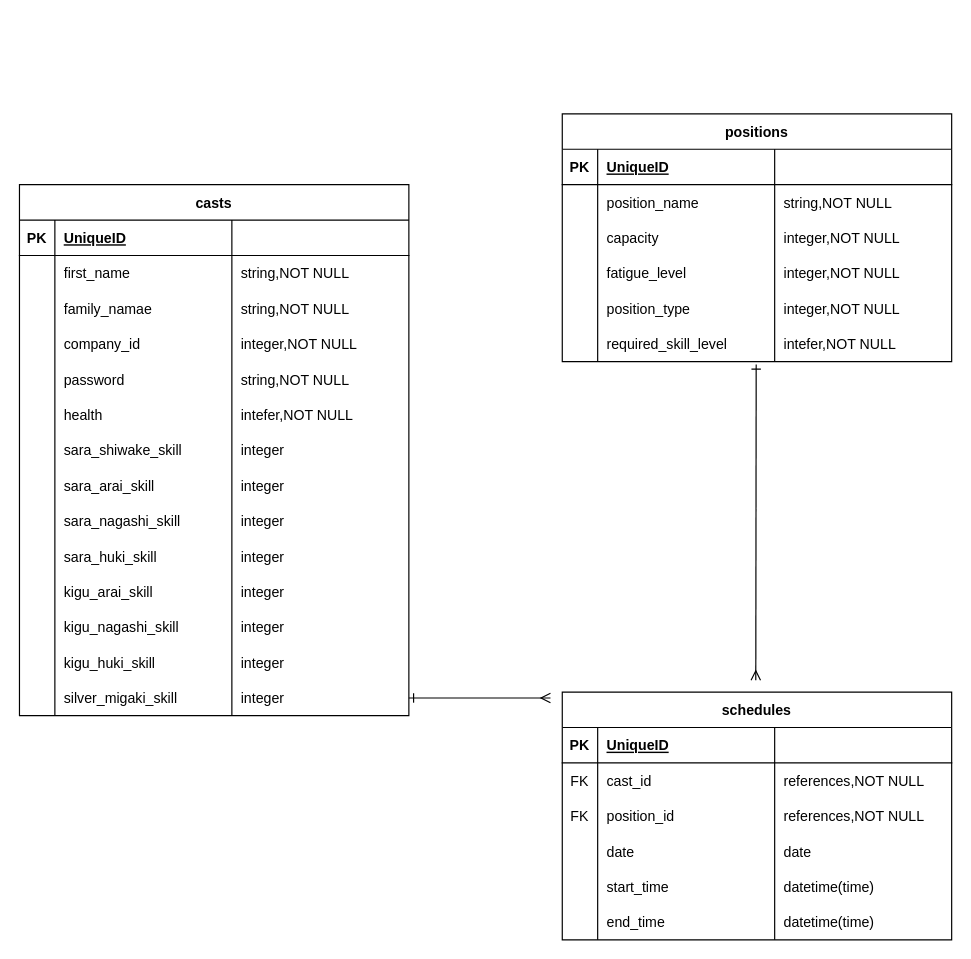
Shun-ST-TechCamp/AssignAide keeps this draw.io diagram as ER図設計.dio. Above is the earlier version. Source tidied: cells renumbered, new cells numbered last; positions are measured from the earlier drawing's top-left corner, leaving out a move shared by most shapes. Both pictures are drawn from the tidied source at 118%, with x=0, y=0 at pixel (19, 113).
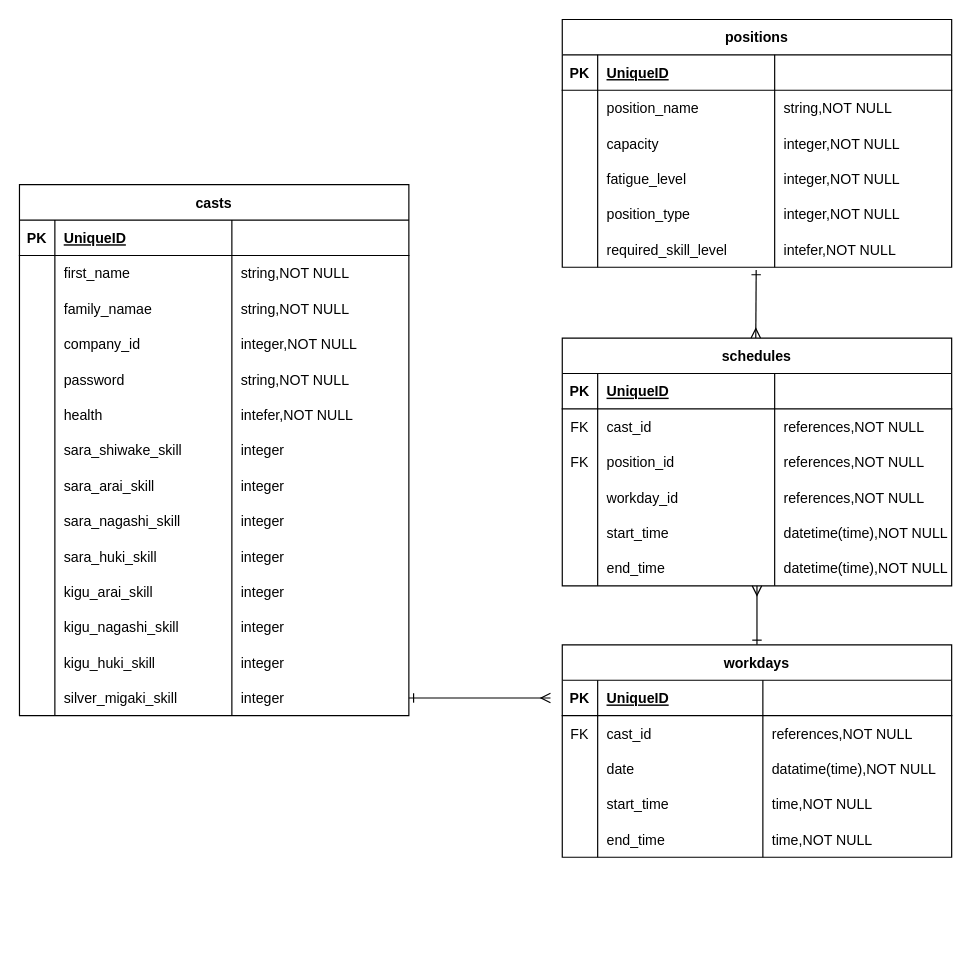
After the change.

Commit message (it also covers changes not shown here):
テーブル設計修正、ER図修正

Unchanged cells that the change refers to:
```xml
<mxCell id="80" style="shape=tableRow;horizontal=0;startSize=0;swimlaneHead=0;swimlaneBody=0;fillColor=none;points=[[0,0.5],[1,0.5]];portConstraint=eastwest;top=0;left=0;right=0;bottom=0;" parent="59" vertex="1">
  <mxGeometry y="180" width="330" height="30" as="geometry" />
</mxCell>
<mxCell id="97" style="shape=tableRow;horizontal=0;startSize=0;swimlaneHead=0;swimlaneBody=0;fillColor=none;top=0;left=0;right=0;bottom=0;" parent="84" vertex="1">
  <mxGeometry y="120" width="330" height="30" as="geometry" />
</mxCell>
<mxCell id="101" style="shape=tableRow;horizontal=0;startSize=0;swimlaneHead=0;swimlaneBody=0;fillColor=none;top=0;left=0;right=0;bottom=0;" parent="84" vertex="1">
  <mxGeometry y="150" width="330" height="30" as="geometry" />
</mxCell>
<mxCell id="105" style="shape=tableRow;horizontal=0;startSize=0;swimlaneHead=0;swimlaneBody=0;fillColor=none;points=[[0,0.5],[1,0.5]];portConstraint=eastwest;top=0;left=0;right=0;bottom=0;" parent="84" vertex="1">
  <mxGeometry y="180" width="330" height="30" as="geometry" />
</mxCell>
```

Diff of the diagram source:
```diff
@@
     <mxCell id="59" value="positions" style="shape=table;startSize=30;childLayout=tableLayout;rowLines=0;fontStyle=1;align=center;" parent="1" vertex="1">
-      <mxGeometry x="460" width="330" height="210" as="geometry" />
+      <mxGeometry x="460" y="-80" width="330" height="210" as="geometry" />
     </mxCell>
@@
     <mxCell id="84" value="schedules" style="shape=table;startSize=30;childLayout=tableLayout;rowLines=0;fontStyle=1;align=center;" parent="1" vertex="1">
-      <mxGeometry x="460" y="490" width="330" height="210" as="geometry" />
+      <mxGeometry x="460" y="190" width="330" height="210" as="geometry" />
     </mxCell>
@@
-    <mxCell id="99" value="date" style="shape=partialRectangle;fillColor=none;top=0;left=0;bottom=0;right=0;align=left;spacingLeft=6;overflow=hidden;" parent="97" vertex="1">
+    <mxCell id="99" value="workday_id" style="shape=partialRectangle;fillColor=none;top=0;left=0;bottom=0;right=0;align=left;spacingLeft=6;overflow=hidden;" parent="97" vertex="1">
       <mxGeometry x="30" width="150" height="30" as="geometry" />
     </mxCell>
-    <mxCell id="100" value="date" style="shape=partialRectangle;fillColor=none;top=0;left=0;bottom=0;right=0;align=left;spacingLeft=6;overflow=hidden;" parent="97" vertex="1">
+    <mxCell id="100" value="references,NOT NULL" style="shape=partialRectangle;fillColor=none;top=0;left=0;bottom=0;right=0;align=left;spacingLeft=6;overflow=hidden;" parent="97" vertex="1">
       <mxGeometry x="180" width="150" height="30" as="geometry" />
     </mxCell>
@@
-    <mxCell id="104" value="datetime(time)" style="shape=partialRectangle;fillColor=none;top=0;left=0;bottom=0;right=0;align=left;spacingLeft=6;overflow=hidden;" parent="101" vertex="1">
+    <mxCell id="104" value="datetime(time),NOT NULL" style="shape=partialRectangle;fillColor=none;top=0;left=0;bottom=0;right=0;align=left;spacingLeft=6;overflow=hidden;" parent="101" vertex="1">
       <mxGeometry x="180" width="150" height="30" as="geometry" />
     </mxCell>
@@
-    <mxCell id="108" value="datetime(time)" style="shape=partialRectangle;fillColor=none;top=0;left=0;bottom=0;right=0;align=left;spacingLeft=6;overflow=hidden;" parent="105" vertex="1">
+    <mxCell id="108" value="datetime(time),NOT NULL" style="shape=partialRectangle;fillColor=none;top=0;left=0;bottom=0;right=0;align=left;spacingLeft=6;overflow=hidden;" parent="105" vertex="1">
       <mxGeometry x="180" width="150" height="30" as="geometry" />
     </mxCell>
@@
     <mxCell id="110" style="edgeStyle=none;html=1;startArrow=ERmany;startFill=0;endArrow=ERone;endFill=0;entryX=0.498;entryY=1.078;entryDx=0;entryDy=0;entryPerimeter=0;" parent="1" edge="1" target="80">
       <mxGeometry relative="1" as="geometry">
-        <mxPoint x="624" y="480" as="sourcePoint" />
+        <mxPoint x="624" y="190" as="sourcePoint" />
       </mxGeometry>
     </mxCell>
+    <mxCell id="111" style="edgeStyle=none;html=1;exitX=0.5;exitY=0;exitDx=0;exitDy=0;endArrow=ERmany;endFill=0;startArrow=ERone;startFill=0;" parent="1" edge="1" source="112" target="105">
+      <mxGeometry relative="1" as="geometry" />
+    </mxCell>
+    <mxCell id="112" value="workdays" style="shape=table;startSize=30;childLayout=tableLayout;rowLines=0;fontStyle=1;align=center;" parent="1" vertex="1">
+      <mxGeometry x="460" y="450" width="330" height="180" as="geometry" />
+    </mxCell>
+    <mxCell id="113" style="shape=tableRow;horizontal=0;startSize=0;swimlaneHead=0;swimlaneBody=0;fillColor=none;top=0;left=0;right=0;bottom=1;" parent="112" vertex="1">
+      <mxGeometry y="30" width="330" height="30" as="geometry" />
+    </mxCell>
+    <mxCell id="114" value="PK" style="shape=partialRectangle;fillColor=none;top=0;left=0;bottom=0;right=0;fontStyle=1;overflow=hidden;" parent="113" vertex="1">
+      <mxGeometry width="30" height="30" as="geometry" />
+    </mxCell>
+    <mxCell id="115" value="UniqueID" style="shape=partialRectangle;fillColor=none;top=0;left=0;bottom=0;right=0;align=left;spacingLeft=6;fontStyle=5;overflow=hidden;" parent="113" vertex="1">
+      <mxGeometry x="30" width="140" height="30" as="geometry" />
+    </mxCell>
+    <mxCell id="116" style="shape=partialRectangle;fillColor=none;top=0;left=0;bottom=0;right=0;align=left;spacingLeft=6;fontStyle=5;overflow=hidden;" parent="113" vertex="1">
+      <mxGeometry x="170" width="160" height="30" as="geometry" />
+    </mxCell>
+    <mxCell id="117" style="shape=tableRow;horizontal=0;startSize=0;swimlaneHead=0;swimlaneBody=0;fillColor=none;top=0;left=0;right=0;bottom=0;" parent="112" vertex="1">
+      <mxGeometry y="60" width="330" height="30" as="geometry" />
+    </mxCell>
+    <mxCell id="118" value="FK" style="shape=partialRectangle;fillColor=none;top=0;left=0;bottom=0;right=0;overflow=hidden;" parent="117" vertex="1">
+      <mxGeometry width="30" height="30" as="geometry" />
+    </mxCell>
+    <mxCell id="119" value="cast_id" style="shape=partialRectangle;fillColor=none;top=0;left=0;bottom=0;right=0;align=left;spacingLeft=6;overflow=hidden;" parent="117" vertex="1">
+      <mxGeometry x="30" width="140" height="30" as="geometry" />
+    </mxCell>
+    <mxCell id="120" value="references,NOT NULL" style="shape=partialRectangle;fillColor=none;top=0;left=0;bottom=0;right=0;align=left;spacingLeft=6;overflow=hidden;" parent="117" vertex="1">
+      <mxGeometry x="170" width="160" height="30" as="geometry" />
+    </mxCell>
+    <mxCell id="121" style="shape=tableRow;horizontal=0;startSize=0;swimlaneHead=0;swimlaneBody=0;fillColor=none;top=0;left=0;right=0;bottom=0;" parent="112" vertex="1">
+      <mxGeometry y="90" width="330" height="30" as="geometry" />
+    </mxCell>
+    <mxCell id="122" style="shape=partialRectangle;fillColor=none;top=0;left=0;bottom=0;right=0;overflow=hidden;" parent="121" vertex="1">
+      <mxGeometry width="30" height="30" as="geometry" />
+    </mxCell>
+    <mxCell id="123" value="date" style="shape=partialRectangle;fillColor=none;top=0;left=0;bottom=0;right=0;align=left;spacingLeft=6;overflow=hidden;" parent="121" vertex="1">
+      <mxGeometry x="30" width="140" height="30" as="geometry" />
+    </mxCell>
+    <mxCell id="124" value="datatime(time),NOT NULL" style="shape=partialRectangle;fillColor=none;top=0;left=0;bottom=0;right=0;align=left;spacingLeft=6;overflow=hidden;" parent="121" vertex="1">
+      <mxGeometry x="170" width="160" height="30" as="geometry" />
+    </mxCell>
+    <mxCell id="125" style="shape=tableRow;horizontal=0;startSize=0;swimlaneHead=0;swimlaneBody=0;fillColor=none;top=0;left=0;right=0;bottom=0;" parent="112" vertex="1">
+      <mxGeometry y="120" width="330" height="30" as="geometry" />
+    </mxCell>
+    <mxCell id="126" style="shape=partialRectangle;fillColor=none;top=0;left=0;bottom=0;right=0;overflow=hidden;" parent="125" vertex="1">
+      <mxGeometry width="30" height="30" as="geometry" />
+    </mxCell>
+    <mxCell id="127" value="start_time" style="shape=partialRectangle;fillColor=none;top=0;left=0;bottom=0;right=0;align=left;spacingLeft=6;overflow=hidden;" parent="125" vertex="1">
+      <mxGeometry x="30" width="140" height="30" as="geometry" />
+    </mxCell>
+    <mxCell id="128" value="time,NOT NULL" style="shape=partialRectangle;fillColor=none;top=0;left=0;bottom=0;right=0;align=left;spacingLeft=6;overflow=hidden;" parent="125" vertex="1">
+      <mxGeometry x="170" width="160" height="30" as="geometry" />
+    </mxCell>
+    <mxCell id="129" style="shape=tableRow;horizontal=0;startSize=0;swimlaneHead=0;swimlaneBody=0;fillColor=none;top=0;left=0;right=0;bottom=0;" parent="112" vertex="1">
+      <mxGeometry y="150" width="330" height="30" as="geometry" />
+    </mxCell>
+    <mxCell id="130" style="shape=partialRectangle;fillColor=none;top=0;left=0;bottom=0;right=0;overflow=hidden;" parent="129" vertex="1">
+      <mxGeometry width="30" height="30" as="geometry" />
+    </mxCell>
+    <mxCell id="131" value="end_time" style="shape=partialRectangle;fillColor=none;top=0;left=0;bottom=0;right=0;align=left;spacingLeft=6;overflow=hidden;" parent="129" vertex="1">
+      <mxGeometry x="30" width="140" height="30" as="geometry" />
+    </mxCell>
+    <mxCell id="132" value="time,NOT NULL" style="shape=partialRectangle;fillColor=none;top=0;left=0;bottom=0;right=0;align=left;spacingLeft=6;overflow=hidden;" parent="129" vertex="1">
+      <mxGeometry x="170" width="160" height="30" as="geometry" />
+    </mxCell>
```
